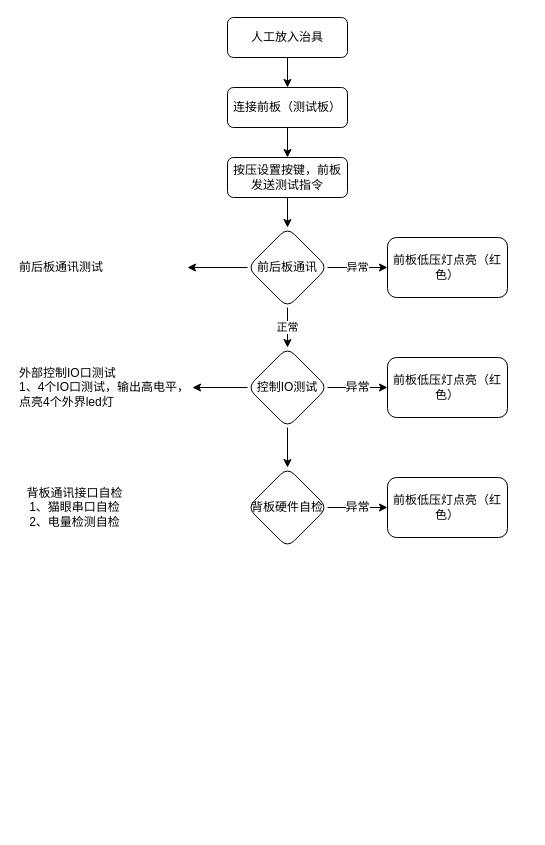
The draw.io diagram Untitled Diagram.drawio in Joho-Liang/GitHub-project, before the edit. Source tidied: cells renumbered, new cells numbered last; positions are measured from the earlier drawing's top-left corner, leaving out a move shared by most shapes. Both pictures are drawn from the tidied source at 100%, with x=0, y=0 at pixel (17, 17).
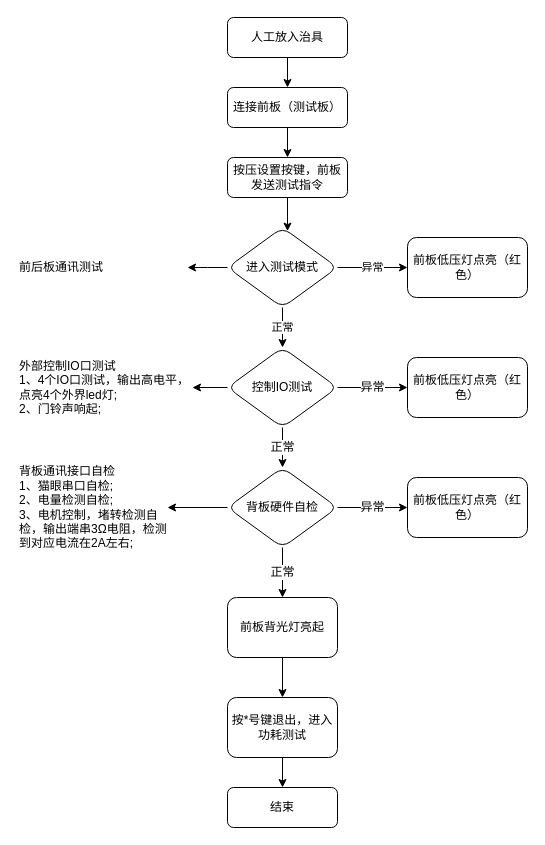
The same diagram, later.

Diff of the diagram source:
```diff
@@
-    <mxCell id="11" value="前后板通讯" style="rhombus;whiteSpace=wrap;html=1;rounded=1;" parent="1" vertex="1">
-      <mxGeometry x="230" y="210" width="80" height="80" as="geometry" />
+    <mxCell id="11" value="进入测试模式" style="rhombus;whiteSpace=wrap;html=1;rounded=1;" parent="1" vertex="1">
+      <mxGeometry x="210" y="210" width="110" height="80" as="geometry" />
     </mxCell>
     <mxCell id="12" value="前板低压灯点亮（红色）" style="whiteSpace=wrap;html=1;rounded=1;" parent="1" vertex="1">
-      <mxGeometry x="370" y="220" width="120" height="60" as="geometry" />
+      <mxGeometry x="390" y="220" width="120" height="60" as="geometry" />
     </mxCell>
@@
-    <mxCell id="15" style="edgeStyle=orthogonalEdgeStyle;rounded=0;jettySize=auto;html=1;fontSize=12;" parent="1" edge="1" source="16" target="21">
+    <mxCell id="15" value="正常" style="edgeStyle=orthogonalEdgeStyle;rounded=0;jettySize=auto;html=1;fontSize=12;" parent="1" edge="1" source="16" target="21">
       <mxGeometry relative="1" as="geometry" />
     </mxCell>
     <mxCell id="16" value="控制IO测试" style="rhombus;whiteSpace=wrap;html=1;rounded=1;" parent="1" vertex="1">
-      <mxGeometry x="230" y="330" width="80" height="80" as="geometry" />
+      <mxGeometry x="210" y="330" width="110" height="80" as="geometry" />
     </mxCell>
     <mxCell id="17" value="&lt;span&gt;前板低压灯点亮（红色）&lt;/span&gt;" style="whiteSpace=wrap;html=1;rounded=1;" parent="1" vertex="1">
-      <mxGeometry x="370" y="340" width="120" height="60" as="geometry" />
+      <mxGeometry x="390" y="340" width="120" height="60" as="geometry" />
     </mxCell>
-    <mxCell id="18" value="外部控制IO口测试&lt;br&gt;1、4个IO口测试，输出高电平，点亮4个外界led灯" style="text;html=1;strokeColor=none;fillColor=none;align=left;verticalAlign=middle;whiteSpace=wrap;rounded=0;fontSize=12;" parent="1" vertex="1">
+    <mxCell id="18" value="外部控制IO口测试&lt;br&gt;1、4个IO口测试，输出高电平，点亮4个外界led灯;&lt;br&gt;2、门铃声响起;" style="text;html=1;strokeColor=none;fillColor=none;align=left;verticalAlign=middle;whiteSpace=wrap;rounded=0;fontSize=12;" parent="1" vertex="1">
       <mxGeometry y="342.5" width="175" height="55" as="geometry" />
     </mxCell>
@@
+    <mxCell id="24" style="edgeStyle=orthogonalEdgeStyle;rounded=0;jettySize=auto;html=1;fontSize=12;" parent="1" edge="1" source="21" target="23">
+      <mxGeometry relative="1" as="geometry" />
+    </mxCell>
+    <mxCell id="25" value="正常" style="edgeStyle=orthogonalEdgeStyle;rounded=0;jettySize=auto;html=1;fontSize=12;" parent="1" edge="1" source="21" target="27">
+      <mxGeometry relative="1" as="geometry" />
+    </mxCell>
     <mxCell id="21" value="背板硬件自检" style="rhombus;whiteSpace=wrap;html=1;rounded=1;" parent="1" vertex="1">
-      <mxGeometry x="230" y="450" width="80" height="80" as="geometry" />
+      <mxGeometry x="210" y="450" width="110" height="80" as="geometry" />
     </mxCell>
     <mxCell id="22" value="&lt;span&gt;前板低压灯点亮（红色）&lt;/span&gt;" style="whiteSpace=wrap;html=1;rounded=1;" parent="1" vertex="1">
-      <mxGeometry x="370" y="460" width="120" height="60" as="geometry" />
+      <mxGeometry x="390" y="460" width="120" height="60" as="geometry" />
     </mxCell>
-    <mxCell id="23" value="背板通讯接口自检&lt;br&gt;1、猫眼串口自检&lt;br&gt;2、电量检测自检" style="text;html=1;strokeColor=none;fillColor=none;align=center;verticalAlign=middle;whiteSpace=wrap;rounded=0;fontSize=12;" parent="1" vertex="1">
-      <mxGeometry y="475" width="115" height="30" as="geometry" />
+    <mxCell id="23" value="背板通讯接口自检&lt;br&gt;1、猫眼串口自检;&lt;br&gt;2、电量检测自检;&lt;br&gt;3、电机控制，堵转检测自检，输出端串3Ω电阻，检测到对应电流在2A左右;" style="text;html=1;strokeColor=none;fillColor=none;align=left;verticalAlign=middle;whiteSpace=wrap;rounded=0;fontSize=12;" parent="1" vertex="1">
+      <mxGeometry y="447.5" width="150" height="85" as="geometry" />
     </mxCell>
+    <mxCell id="26" style="edgeStyle=orthogonalEdgeStyle;rounded=0;jettySize=auto;html=1;fontSize=12;" parent="1" edge="1" source="27" target="29">
+      <mxGeometry relative="1" as="geometry" />
+    </mxCell>
+    <mxCell id="27" value="前板背光灯亮起" style="rounded=1;whiteSpace=wrap;html=1;fontSize=12;align=center;" parent="1" vertex="1">
+      <mxGeometry x="210" y="580" width="110" height="60" as="geometry" />
+    </mxCell>
+    <mxCell id="28" style="edgeStyle=orthogonalEdgeStyle;rounded=0;jettySize=auto;html=1;fontSize=12;" parent="1" edge="1" source="29" target="30">
+      <mxGeometry relative="1" as="geometry" />
+    </mxCell>
+    <mxCell id="29" value="按*号键退出，进入功耗测试" style="whiteSpace=wrap;html=1;rounded=1;" parent="1" vertex="1">
+      <mxGeometry x="210" y="680" width="110" height="60" as="geometry" />
+    </mxCell>
+    <mxCell id="30" value="结束" style="whiteSpace=wrap;html=1;rounded=1;" parent="1" vertex="1">
+      <mxGeometry x="210" y="770" width="110" height="40" as="geometry" />
+    </mxCell>
```
